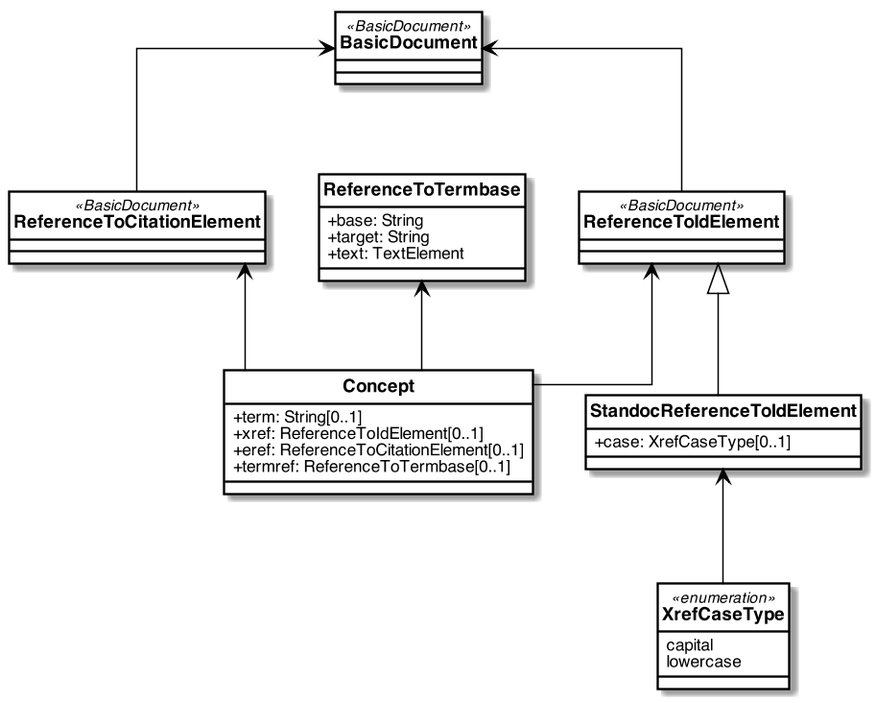
metanorma/standoc-models keeps this PlantUML diagram as standoc/images/StandardDoc_Inline.png. Above is the earlier version.
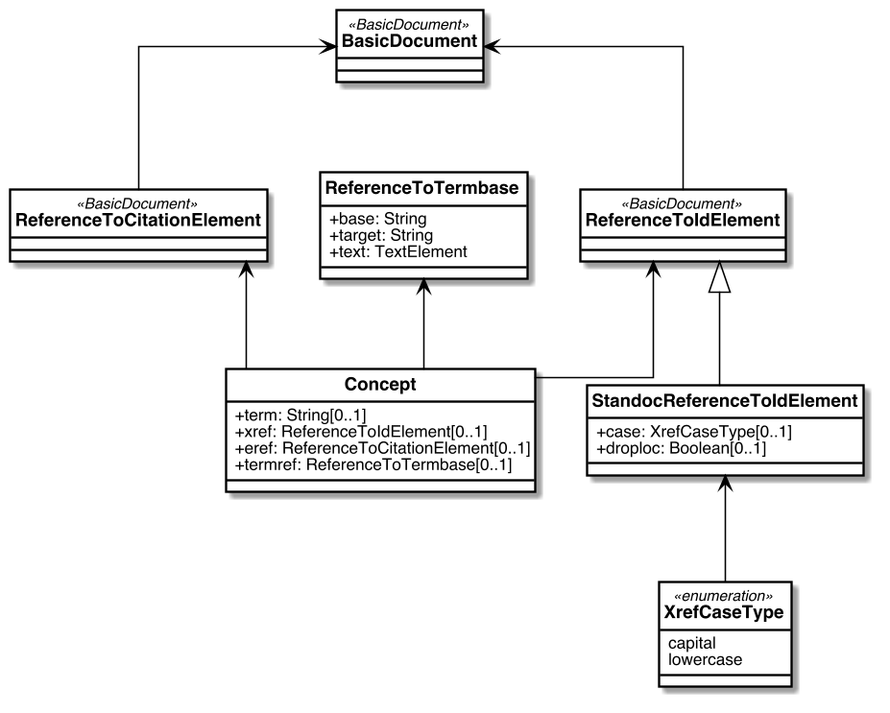
The same diagram one commit later.

Commit message:
droploc: https://github.com/metanorma/metanorma-iso/issues/180

What changed in the source:
```diff
@@ -1,44 +1,6 @@
 @startuml StandardDoc_Inline
 
-
-skinparam Dpi 150
-skinparam Monochrome false
-skinparam LineType ortho
-hide circle
-skinparam Default {
-  TextAlignment center
-  FontName Helvetica
-}
-skinparam Class {
-  AttributeIconSize 0
-  BackgroundColor White
-  ArrowColor Black
-  BorderColor Black
-  FontStyle bold
-  StereotypeFontSize 10
-}
-skinparam Rectangle {
-  BackgroundColor White
-  ArrowColor Black
-  BorderColor Black
-  FontStyle bold
-  FontSize 11
-  StereotypeFontSize 10
-}
-skinparam Object {
-  BackgroundColor White
-  ArrowColor Black
-  BorderColor Black
-  FontStyle bold
-  FontSize 11
-  StereotypeFontSize 10
-}
-
-skinparam Entity {
-  StereotypeFontSize 10
-}
-
-
+!include style.uml.inc
 
 
 class BasicDocument <<BasicDocument>> {
@@ -65,6 +27,7 @@
 
 class StandocReferenceToIdElement {
   +case: XrefCaseType[0..1]
+  +droploc: Boolean[0..1]
 }
 
 class XrefCaseType <<enumeration>> {
```
